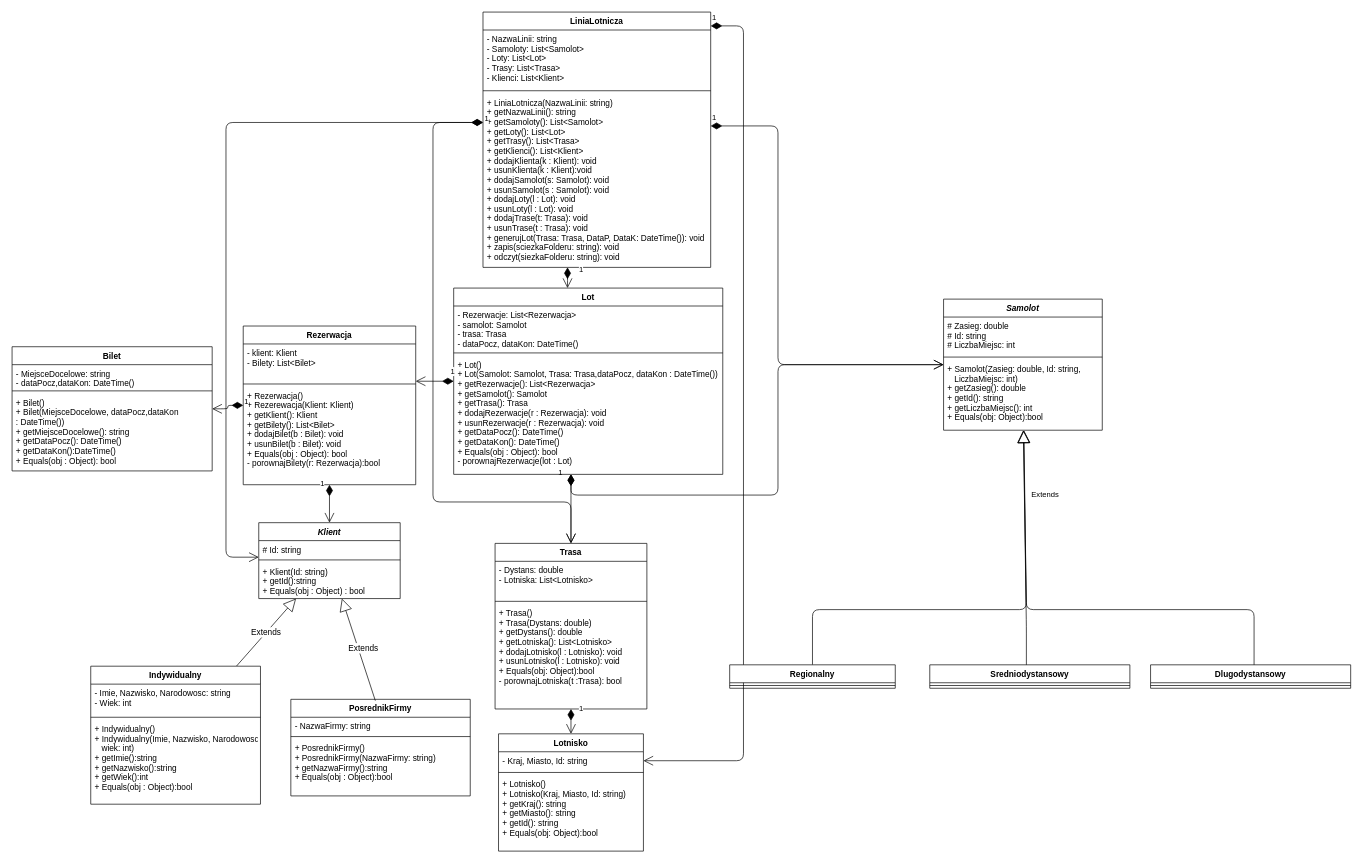
This is PoDiagram.drawio from JoeHeroes/AirportPoject, a draw.io file, before an edit. Source tidied: cells renumbered, new cells numbered last; positions are measured from the earlier drawing's top-left corner, leaving out a move shared by most shapes. Both pictures are drawn from the tidied source at 69%, with x=0, y=0 at pixel (12, 12).
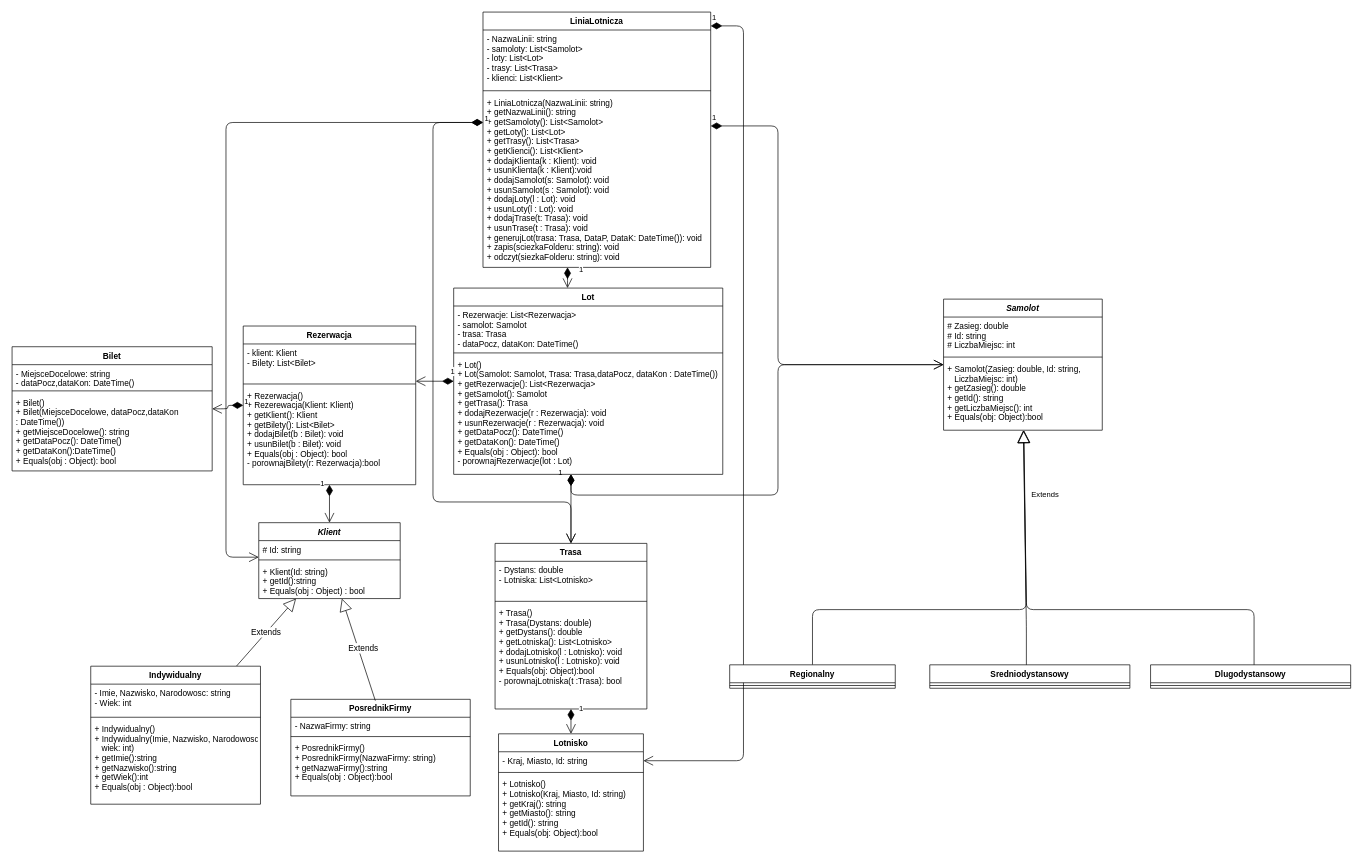
Above is the later version.

Commit message (it also covers changes not shown here):
Wprowadzenie drobnych zmian w diagramie. Dodanie obsługi wyjątków, dodanie klasy LiniaLotnicza wraz z konstruktorem i metodami dodającymi elementy do list.

Unchanged cells that the change refers to:
```xml
<mxCell id="42" value="LiniaLotnicza" style="swimlane;fontStyle=1;align=center;verticalAlign=top;horizontal=1;startSize=26;" parent="1" vertex="1">
  <mxGeometry x="682.5" width="330" height="370" as="geometry" />
</mxCell>
```

Diff of the diagram source:
```diff
@@
-    <mxCell id="43" value="- NazwaLinii: string&#10;- Samoloty: List&lt;Samolot&gt;&#10;- Loty: List&lt;Lot&gt;&#10;- Trasy: List&lt;Trasa&gt;&#10;- Klienci: List&lt;Klient&gt;" style="text;strokeColor=none;fillColor=none;align=left;verticalAlign=top;spacingLeft=4;spacingRight=4;overflow=hidden;" parent="42" vertex="1">
+    <mxCell id="43" value="- NazwaLinii: string&#10;- samoloty: List&lt;Samolot&gt;&#10;- loty: List&lt;Lot&gt;&#10;- trasy: List&lt;Trasa&gt;&#10;- klienci: List&lt;Klient&gt;" style="text;strokeColor=none;fillColor=none;align=left;verticalAlign=top;spacingLeft=4;spacingRight=4;overflow=hidden;" parent="42" vertex="1">
       <mxGeometry y="26" width="330" height="84" as="geometry" />
     </mxCell>
@@
-    <mxCell id="45" value="+ LiniaLotnicza(NazwaLinii: string)&#10;+ getNazwaLinii(): string&#10;+ getSamoloty(): List&lt;Samolot&gt;&#10;+ getLoty(): List&lt;Lot&gt;&#10;+ getTrasy(): List&lt;Trasa&gt;&#10;+ getKlienci(): List&lt;Klient&gt;&#10;+ dodajKlienta(k : Klient): void&#10;+ usunKlienta(k : Klient):void &#10;+ dodajSamolot(s: Samolot): void&#10;+ usunSamolot(s : Samolot): void&#10;+ dodajLoty(l : Lot): void&#10;+ usunLoty(l : Lot): void&#10;+ dodajTrase(t: Trasa): void&#10;+ usunTrase(t : Trasa): void&#10;+ generujLot(Trasa: Trasa, DataP, DataK: DateTime()): void&#10;+ zapis(sciezkaFolderu: string): void&#10;+ odczyt(siezkaFolderu: string): void" style="text;strokeColor=none;fillColor=none;align=left;verticalAlign=top;spacingLeft=4;spacingRight=4;overflow=hidden;points=[[0,0.5],[1,0.5]];portConstraint=eastwest;" parent="42" vertex="1">
+    <mxCell id="45" value="+ LiniaLotnicza(NazwaLinii: string)&#10;+ getNazwaLinii(): string&#10;+ getSamoloty(): List&lt;Samolot&gt;&#10;+ getLoty(): List&lt;Lot&gt;&#10;+ getTrasy(): List&lt;Trasa&gt;&#10;+ getKlienci(): List&lt;Klient&gt;&#10;+ dodajKlienta(k : Klient): void&#10;+ usunKlienta(k : Klient):void &#10;+ dodajSamolot(s: Samolot): void&#10;+ usunSamolot(s : Samolot): void&#10;+ dodajLoty(l : Lot): void&#10;+ usunLoty(l : Lot): void&#10;+ dodajTrase(t: Trasa): void&#10;+ usunTrase(t : Trasa): void&#10;+ generujLot(trasa: Trasa, DataP, DataK: DateTime()): void&#10;+ zapis(sciezkaFolderu: string): void&#10;+ odczyt(siezkaFolderu: string): void" style="text;strokeColor=none;fillColor=none;align=left;verticalAlign=top;spacingLeft=4;spacingRight=4;overflow=hidden;points=[[0,0.5],[1,0.5]];portConstraint=eastwest;" parent="42" vertex="1">
       <mxGeometry y="118" width="330" height="252" as="geometry" />
     </mxCell>
```
